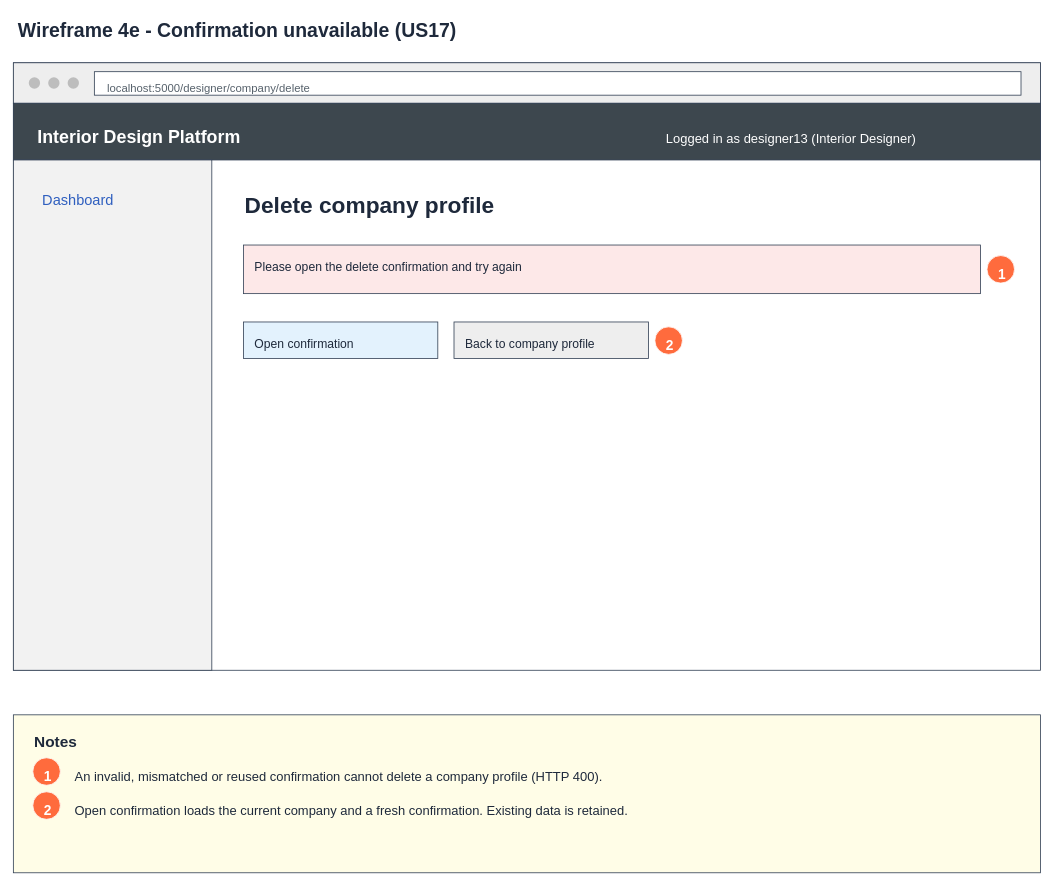
Above: page "4e Wireframe - Confirmation error" (6 of 11) of Sprint_2/US17 - Delete Company Profile/US17 Delete company profile.drawio in Hanzxc/CSIT314-ARCHSS (draw.io), before the change. Source tidied: cells renumbered, new cells numbered last; positions are measured from the earlier drawing's top-left corner, leaving out a move shared by most shapes. Both pictures are drawn from the tidied source at 81%, with x=0, y=0 at pixel (13, 13).
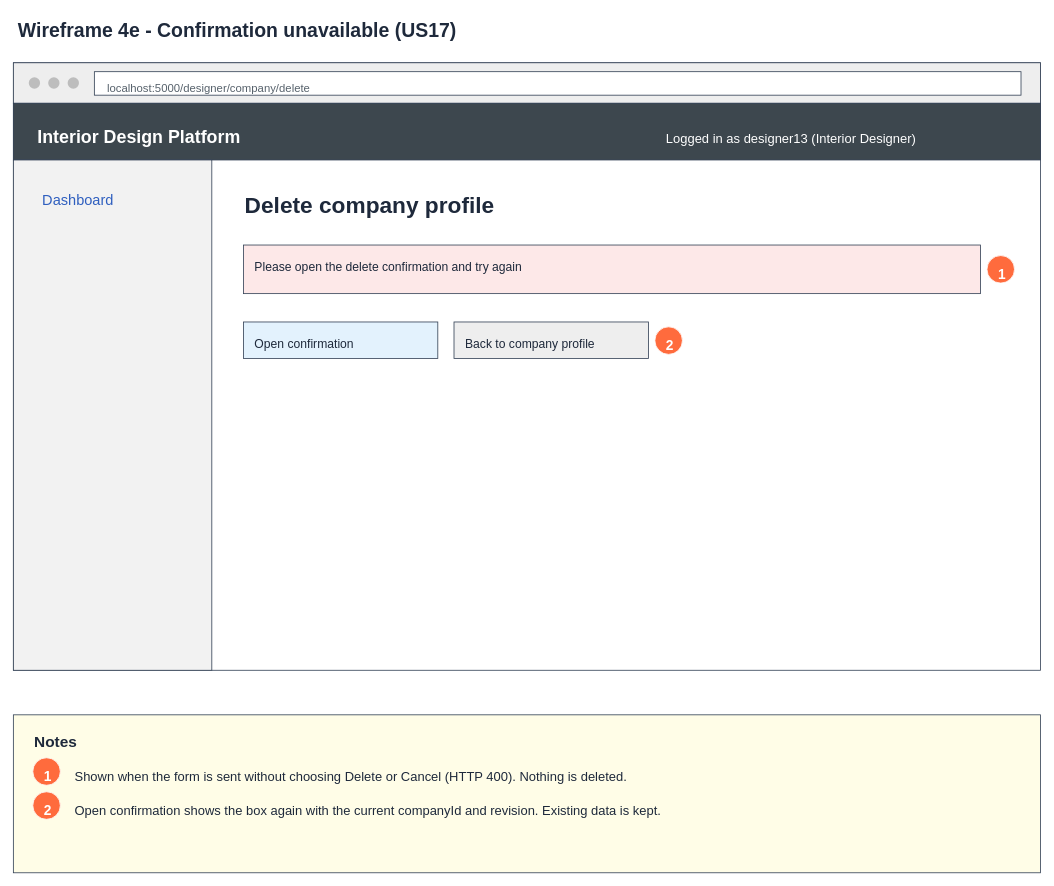
The same page after the edit.

Diff of the diagram source:
```diff
@@
-    <mxCell id="30" value="An invalid, mismatched or reused confirmation cannot delete a company profile (HTTP 400)." style="text;html=0;align=left;verticalAlign=top;fontSize=16;fontStyle=0;fontColor=#1e293b;" parent="1" vertex="1">
+    <mxCell id="30" value="Shown when the form is sent without choosing Delete or Cancel (HTTP 400). Nothing is deleted." style="text;html=0;align=left;verticalAlign=top;fontSize=16;fontStyle=0;fontColor=#1e293b;" parent="1" vertex="1">
       <mxGeometry x="74" y="926" width="1160" height="23" as="geometry" />
     </mxCell>
@@
-    <mxCell id="33" value="Open confirmation loads the current company and a fresh confirmation. Existing data is retained." style="text;html=0;align=left;verticalAlign=top;fontSize=16;fontStyle=0;fontColor=#1e293b;" parent="1" vertex="1">
+    <mxCell id="33" value="Open confirmation shows the box again with the current companyId and revision. Existing data is kept." style="text;html=0;align=left;verticalAlign=top;fontSize=16;fontStyle=0;fontColor=#1e293b;" parent="1" vertex="1">
       <mxGeometry x="74" y="968" width="1160" height="23" as="geometry" />
     </mxCell>
```
